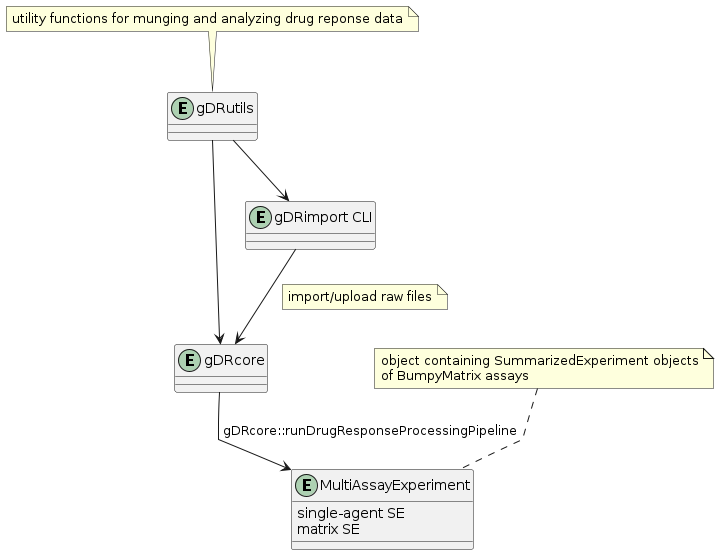
Above: inst/images/overview.png in gdrplatform/gDR (PlantUML), before the change.
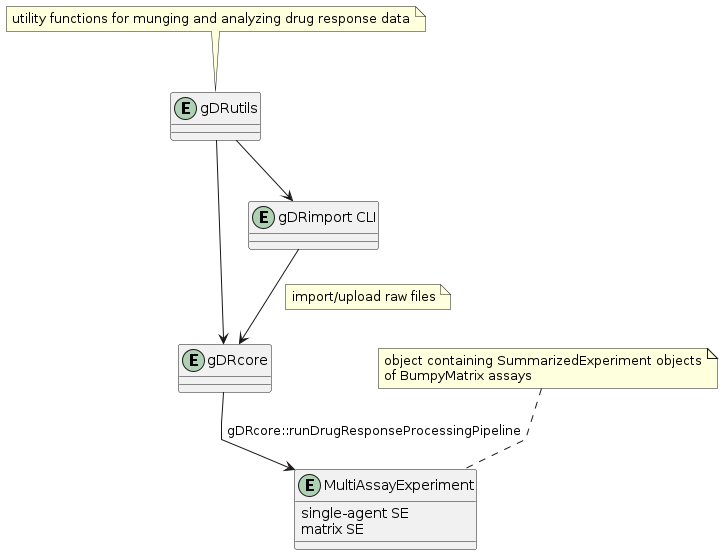
After the change.

Change to the diagram source:
```diff
@@ -20,7 +20,7 @@
 CLI --> gDRcore
 
 note top of gDRutils
-utility functions for munging and analyzing drug reponse data
+utility functions for munging and analyzing drug response data
 end note
 
 note top on link
```
